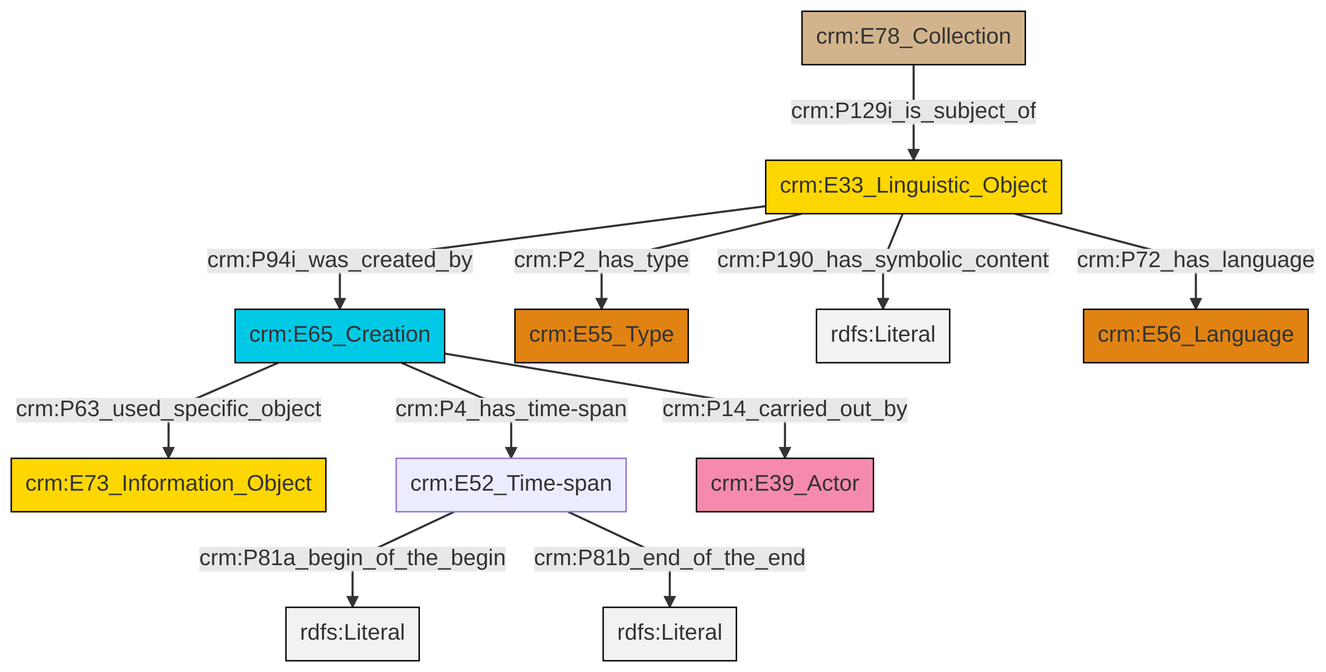
The Mermaid diagram et/archivalCSV/ttl/mmd/png/archival_desc.png in swiss-art-research-net/docs.swissartresearch, before a commit. Its source is kept beside it as et/archivalCSV/ttl/mmd/archival_desc.ttl.mmd.
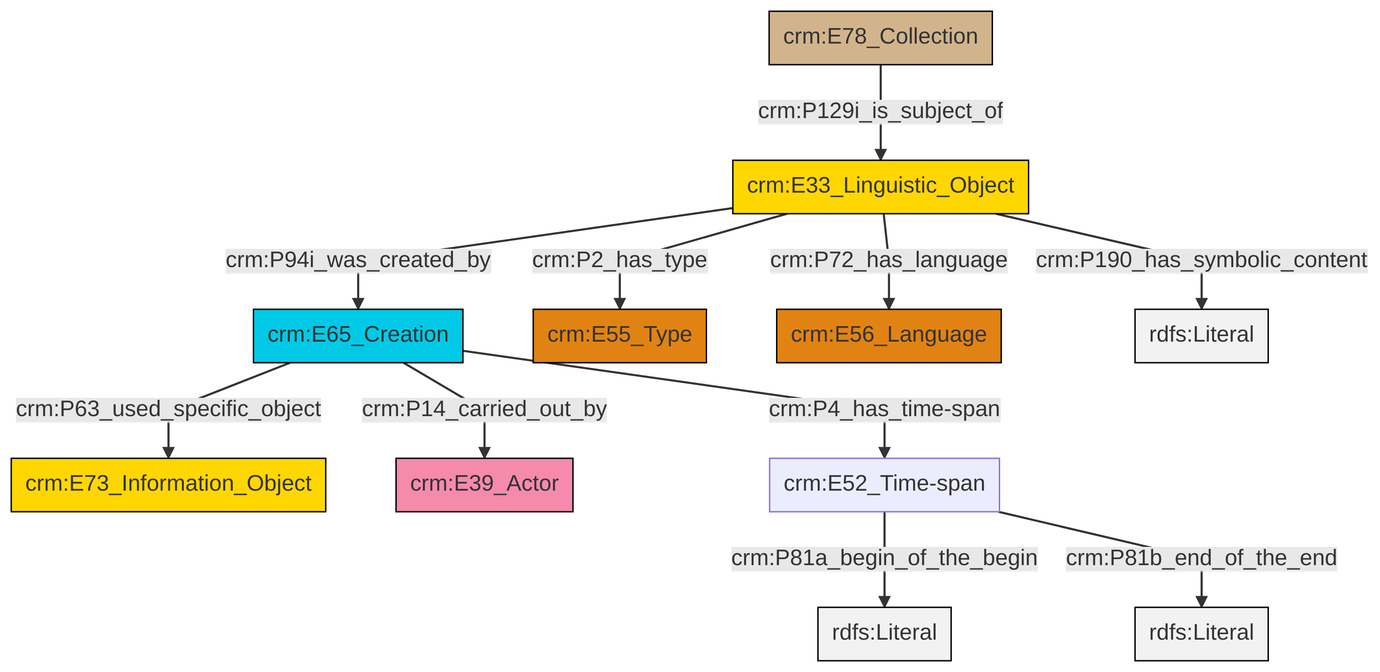
The same diagram one commit later.

Change to the diagram source:
```diff
@@ -13,13 +13,13 @@
 classDef PC_Classes fill:#4ce600, stroke:#000000;
 classDef Multi fill:#cccccc,stroke:#000000;
 
-4["crm:E33_Linguistic_Object"]:::Conceptual_Object -->|crm:P94i_was_created_by| 5["crm:E65_Creation"]:::Temporal_Entity
-6["crm:E78_Collection"]:::Physical_Thing -->|crm:P129i_is_subject_of| 4["crm:E33_Linguistic_Object"]:::Conceptual_Object
-4["crm:E33_Linguistic_Object"]:::Conceptual_Object -->|crm:P2_has_type| 11["crm:E55_Type"]:::Type
-5["crm:E65_Creation"]:::Temporal_Entity -->|crm:P4_has_time-span| 2["crm:E52_Time-span"]:::Default
-5["crm:E65_Creation"]:::Temporal_Entity -->|crm:P63_used_specific_object| 0["crm:E73_Information_Object"]:::Conceptual_Object
-4["crm:E33_Linguistic_Object"]:::Conceptual_Object -->|crm:P190_has_symbolic_content| 14[rdfs:Literal]:::Literal
-5["crm:E65_Creation"]:::Temporal_Entity -->|crm:P14_carried_out_by| 8["crm:E39_Actor"]:::Actor
-2["crm:E52_Time-span"]:::Default -->|crm:P81a_begin_of_the_begin| 15[rdfs:Literal]:::Literal
-4["crm:E33_Linguistic_Object"]:::Conceptual_Object -->|crm:P72_has_language| 16["crm:E56_Language"]:::Type
-2["crm:E52_Time-span"]:::Default -->|crm:P81b_end_of_the_end| 18[rdfs:Literal]:::Literal
+0["crm:E33_Linguistic_Object"]:::Conceptual_Object -->|crm:P94i_was_created_by| 1["crm:E65_Creation"]:::Temporal_Entity
+1["crm:E65_Creation"]:::Temporal_Entity -->|crm:P14_carried_out_by| 6["crm:E39_Actor"]:::Actor
+0["crm:E33_Linguistic_Object"]:::Conceptual_Object -->|crm:P2_has_type| 4["crm:E55_Type"]:::Type
+1["crm:E65_Creation"]:::Temporal_Entity -->|crm:P63_used_specific_object| 2["crm:E73_Information_Object"]:::Conceptual_Object
+0["crm:E33_Linguistic_Object"]:::Conceptual_Object -->|crm:P72_has_language| 7["crm:E56_Language"]:::Type
+9["crm:E52_Time-span"]:::Default -->|crm:P81a_begin_of_the_begin| 10[rdfs:Literal]:::Literal
+1["crm:E65_Creation"]:::Temporal_Entity -->|crm:P4_has_time-span| 9["crm:E52_Time-span"]:::Default
+11["crm:E78_Collection"]:::Physical_Thing -->|crm:P129i_is_subject_of| 0["crm:E33_Linguistic_Object"]:::Conceptual_Object
+0["crm:E33_Linguistic_Object"]:::Conceptual_Object -->|crm:P190_has_symbolic_content| 15[rdfs:Literal]:::Literal
+9["crm:E52_Time-span"]:::Default -->|crm:P81b_end_of_the_end| 17[rdfs:Literal]:::Literal
```
